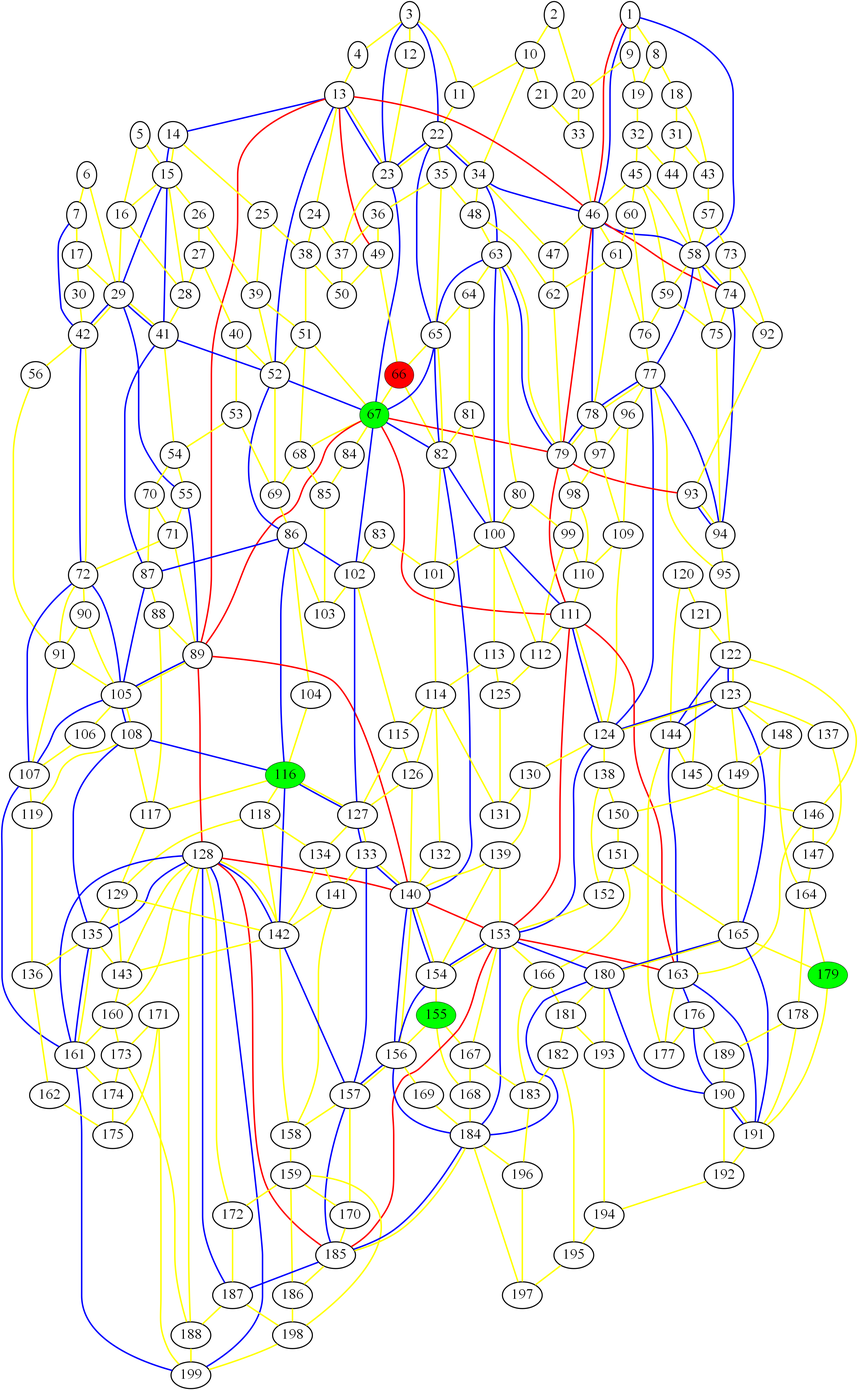
The Graphviz diagram graph_21.png in ed-churchill/complex-systems-project, before a commit. Its source is kept beside it as graph_21.gv.
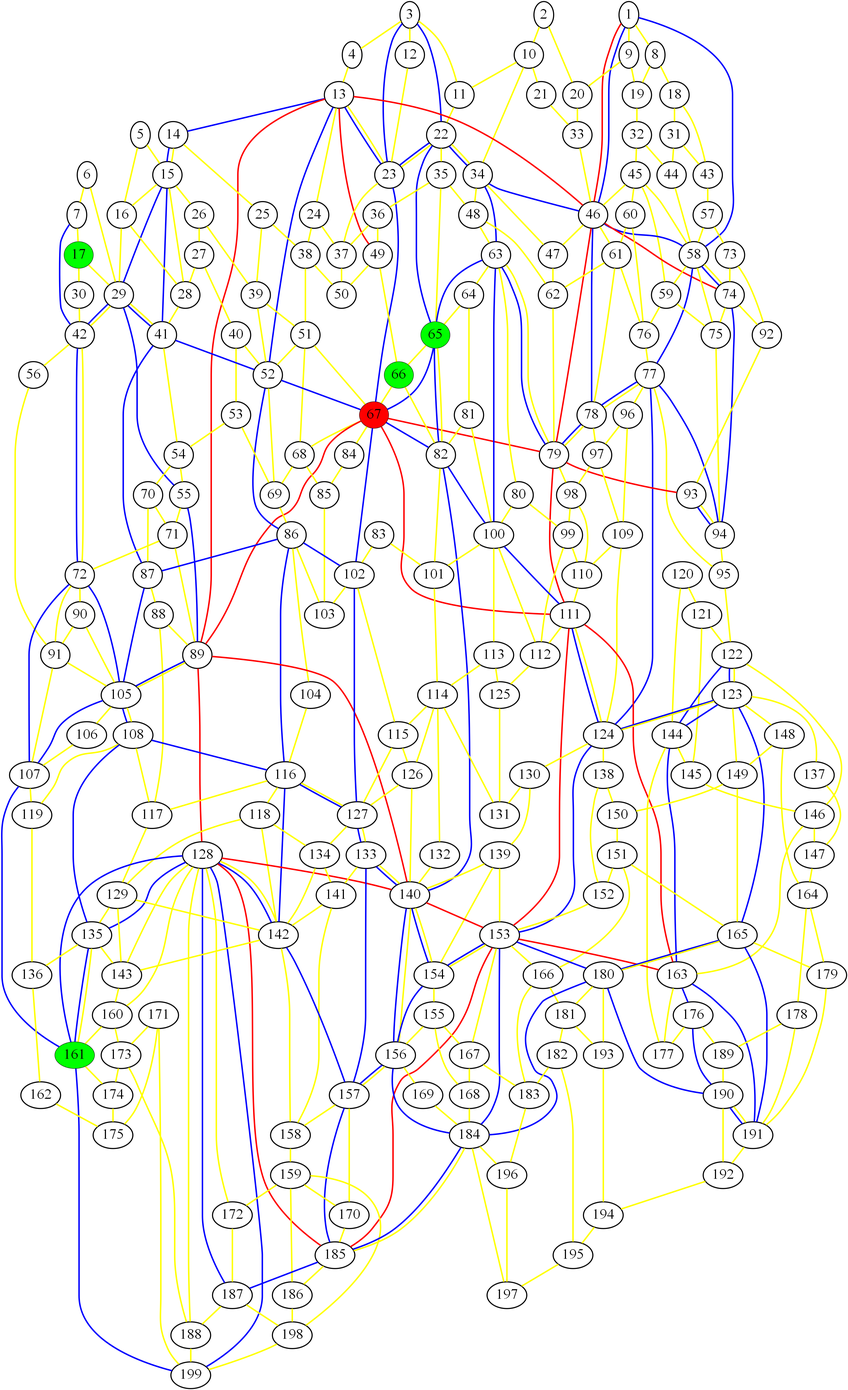
After the commit.

The edit, as a diff of the source:
```diff
@@ -1,9 +1,9 @@
 graph london_graph {
-66 [fillcolor=red, fontsize=40, pendwidth=3, style=filled];
-116 [fillcolor=green, fontsize=40, pendwidth=3, style=filled];
-179 [fillcolor=green, fontsize=40, pendwidth=3, style=filled];
-155 [fillcolor=green, fontsize=40, pendwidth=3, style=filled];
-67 [fillcolor=green, fontsize=40, pendwidth=3, style=filled];
+67 [fillcolor=red, fontsize=40, pendwidth=3, style=filled];
+17 [fillcolor=green, fontsize=40, pendwidth=3, style=filled];
+65 [fillcolor=green, fontsize=40, pendwidth=3, style=filled];
+161 [fillcolor=green, fontsize=40, pendwidth=3, style=filled];
+66 [fillcolor=green, fontsize=40, pendwidth=3, style=filled];
 1 [fontsize=40, penwidth=3];
 2 [fontsize=40, penwidth=3];
 3 [fontsize=40, penwidth=3];
@@ -20,7 +20,6 @@
 14 [fontsize=40, penwidth=3];
 15 [fontsize=40, penwidth=3];
 16 [fontsize=40, penwidth=3];
-17 [fontsize=40, penwidth=3];
 18 [fontsize=40, penwidth=3];
 19 [fontsize=40, penwidth=3];
 20 [fontsize=40, penwidth=3];
@@ -68,7 +67,6 @@
 62 [fontsize=40, penwidth=3];
 63 [fontsize=40, penwidth=3];
 64 [fontsize=40, penwidth=3];
-65 [fontsize=40, penwidth=3];
 68 [fontsize=40, penwidth=3];
 69 [fontsize=40, penwidth=3];
 70 [fontsize=40, penwidth=3];
@@ -117,6 +115,7 @@
 113 [fontsize=40, penwidth=3];
 114 [fontsize=40, penwidth=3];
 115 [fontsize=40, penwidth=3];
+116 [fontsize=40, penwidth=3];
 117 [fontsize=40, penwidth=3];
 118 [fontsize=40, penwidth=3];
 119 [fontsize=40, penwidth=3];
@@ -155,12 +154,12 @@
 152 [fontsize=40, penwidth=3];
 153 [fontsize=40, penwidth=3];
 154 [fontsize=40, penwidth=3];
+155 [fontsize=40, penwidth=3];
 156 [fontsize=40, penwidth=3];
 157 [fontsize=40, penwidth=3];
 158 [fontsize=40, penwidth=3];
 159 [fontsize=40, penwidth=3];
 160 [fontsize=40, penwidth=3];
-161 [fontsize=40, penwidth=3];
 162 [fontsize=40, penwidth=3];
 163 [fontsize=40, penwidth=3];
 164 [fontsize=40, penwidth=3];
@@ -178,6 +177,7 @@
 176 [fontsize=40, penwidth=3];
 177 [fontsize=40, penwidth=3];
 178 [fontsize=40, penwidth=3];
+179 [fontsize=40, penwidth=3];
 180 [fontsize=40, penwidth=3];
 181 [fontsize=40, penwidth=3];
 182 [fontsize=40, penwidth=3];
```
